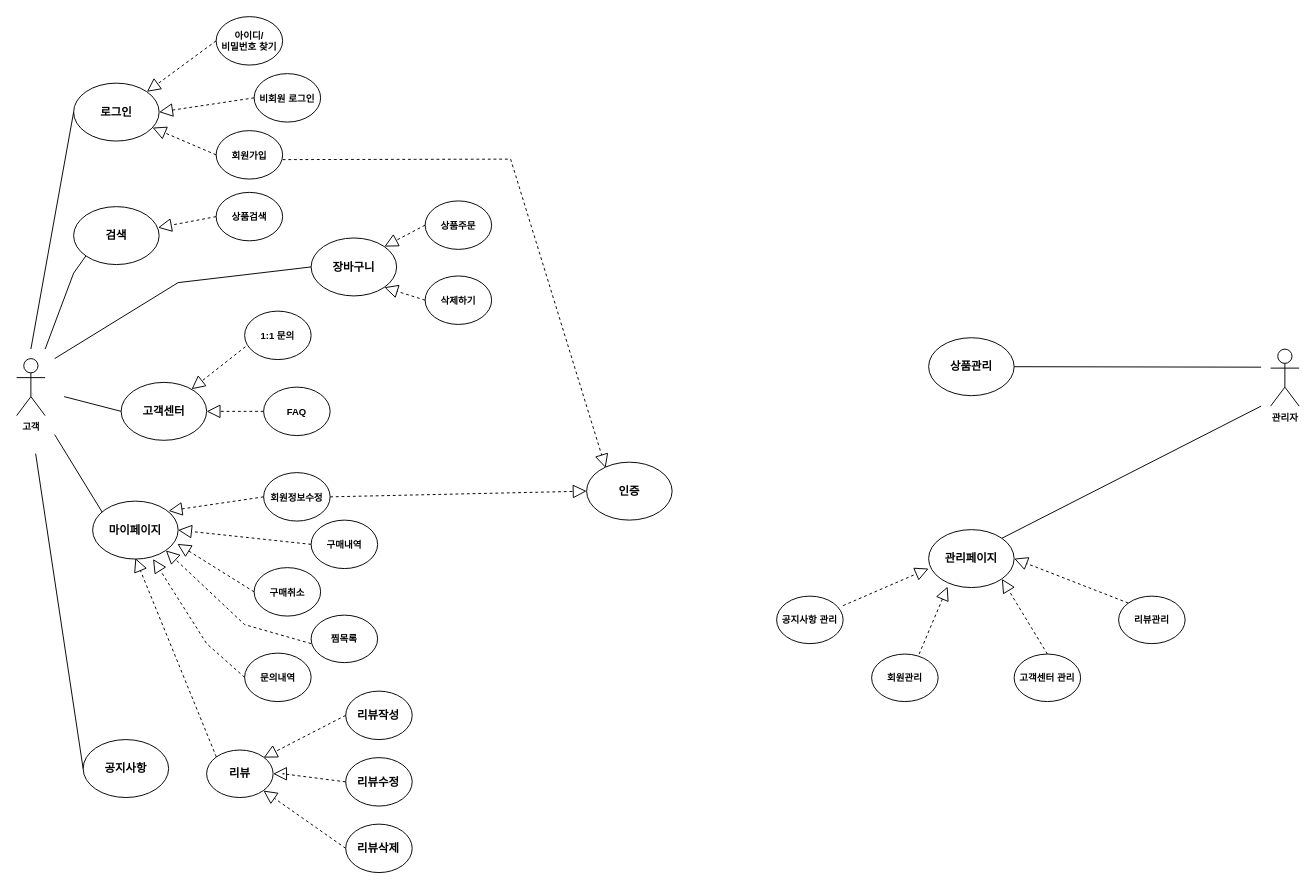
Above: Untitled Diagram.drawio in rubyneko/web1 (draw.io), before the change. Source tidied: cells renumbered, new cells numbered last; positions are measured from the earlier drawing's top-left corner, leaving out a move shared by most shapes. Both pictures are drawn from the tidied source at 95%, with x=0, y=0 at pixel (16, 16).
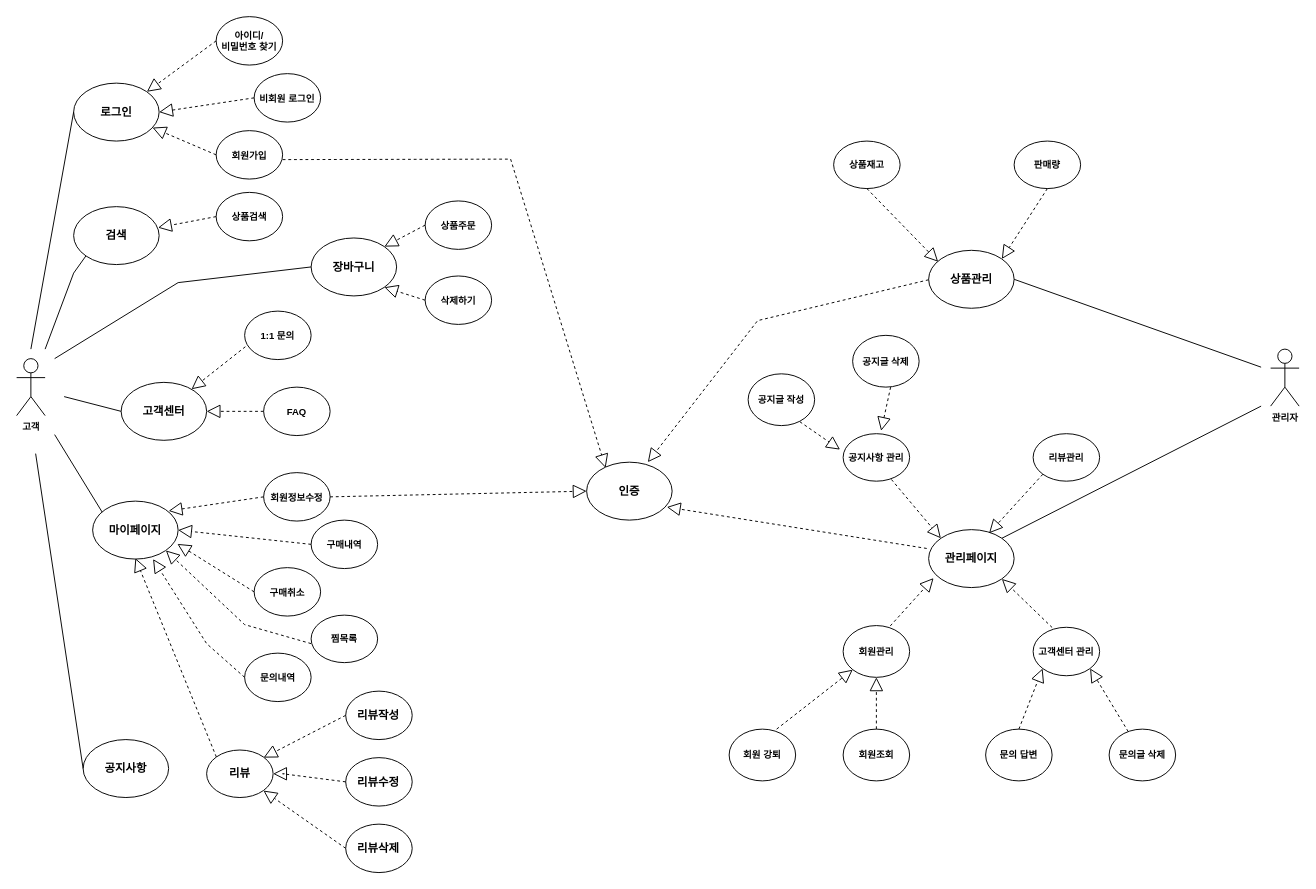
Above is the later version.

The change refers to these unchanged cells:
```xml
<mxCell id="51" value="인증" style="ellipse;whiteSpace=wrap;html=1;fontStyle=1;" parent="1" vertex="1">
  <mxGeometry x="600" y="469" width="90" height="61" as="geometry" />
</mxCell>
<mxCell id="55" value="관리페이지" style="ellipse;whiteSpace=wrap;html=1;fontStyle=1;" parent="1" vertex="1">
  <mxGeometry x="960" y="540" width="90" height="61" as="geometry" />
</mxCell>
```

Diff of the diagram source:
```diff
@@
     <mxCell id="56" value="상품관리" style="ellipse;whiteSpace=wrap;html=1;fontStyle=1;" parent="1" vertex="1">
-      <mxGeometry x="960" y="338" width="90" height="61" as="geometry" />
+      <mxGeometry x="960" y="246" width="90" height="61" as="geometry" />
     </mxCell>
     <mxCell id="57" value="리뷰관리" style="ellipse;whiteSpace=wrap;html=1;fontStyle=1;fontSize=10;" parent="1" vertex="1">
-      <mxGeometry x="1160" y="610" width="70" height="50" as="geometry" />
+      <mxGeometry x="1070" y="439" width="70" height="50" as="geometry" />
     </mxCell>
     <mxCell id="58" value="고객센터 관리" style="ellipse;whiteSpace=wrap;html=1;fontStyle=1;fontSize=10;" parent="1" vertex="1">
-      <mxGeometry x="1050" y="671" width="70" height="50" as="geometry" />
+      <mxGeometry x="1070" y="642.8" width="70" height="51" as="geometry" />
     </mxCell>
     <mxCell id="59" value="회원관리" style="ellipse;whiteSpace=wrap;html=1;fontStyle=1;fontSize=10;" parent="1" vertex="1">
-      <mxGeometry x="900" y="671" width="70" height="50" as="geometry" />
+      <mxGeometry x="870" y="641" width="70" height="54.5" as="geometry" />
     </mxCell>
     <mxCell id="60" value="공지사항 관리" style="ellipse;whiteSpace=wrap;html=1;fontStyle=1;fontSize=10;" parent="1" vertex="1">
-      <mxGeometry x="800" y="610" width="70" height="50" as="geometry" />
+      <mxGeometry x="870" y="439" width="70" height="50" as="geometry" />
     </mxCell>
-    <mxCell id="61" style="endArrow=block;dashed=1;endFill=0;endSize=12;html=1;rounded=0;entryX=0.013;entryY=0.706;entryDx=0;entryDy=0;entryPerimeter=0;" parent="1" edge="1">
-      <mxGeometry relative="1" as="geometry">
-        <mxPoint x="870" y="620" as="sourcePoint" />
-        <mxPoint x="960" y="581" as="targetPoint" />
-      </mxGeometry>
+    <mxCell id="61" style="endArrow=block;dashed=1;endFill=0;endSize=12;html=1;rounded=0;entryX=0;entryY=0;entryDx=0;entryDy=0;exitX=0.726;exitY=0.964;exitDx=0;exitDy=0;exitPerimeter=0;" parent="1" edge="1" source="60" target="55">
+      <mxGeometry relative="1" as="geometry" />
     </mxCell>
-    <mxCell id="62" style="endArrow=block;dashed=1;endFill=0;endSize=12;html=1;rounded=0;" parent="1" edge="1">
-      <mxGeometry relative="1" as="geometry">
-        <mxPoint x="950" y="671" as="sourcePoint" />
-        <mxPoint x="980" y="600" as="targetPoint" />
-      </mxGeometry>
+    <mxCell id="62" style="endArrow=block;dashed=1;endFill=0;endSize=12;html=1;rounded=0;entryX=0.058;entryY=0.836;entryDx=0;entryDy=0;entryPerimeter=0;exitX=0.709;exitY=0.007;exitDx=0;exitDy=0;exitPerimeter=0;" parent="1" edge="1" source="59" target="55">
+      <mxGeometry relative="1" as="geometry" />
     </mxCell>
-    <mxCell id="63" style="endArrow=block;dashed=1;endFill=0;endSize=12;html=1;rounded=0;entryX=1;entryY=1;entryDx=0;entryDy=0;exitX=0.5;exitY=0;exitDx=0;exitDy=0;" parent="1" edge="1" source="58" target="55">
+    <mxCell id="63" style="endArrow=block;dashed=1;endFill=0;endSize=12;html=1;rounded=0;entryX=1;entryY=1;entryDx=0;entryDy=0;exitX=0.286;exitY=0.005;exitDx=0;exitDy=0;exitPerimeter=0;" parent="1" edge="1" source="58" target="55">
       <mxGeometry relative="1" as="geometry" />
     </mxCell>
-    <mxCell id="64" style="endArrow=block;dashed=1;endFill=0;endSize=12;html=1;rounded=0;entryX=1;entryY=0.5;entryDx=0;entryDy=0;exitX=0;exitY=0;exitDx=0;exitDy=0;" parent="1" edge="1" source="57" target="55">
+    <mxCell id="64" style="endArrow=block;dashed=1;endFill=0;endSize=12;html=1;rounded=0;entryX=0.707;entryY=0.062;entryDx=0;entryDy=0;exitX=0;exitY=1;exitDx=0;exitDy=0;entryPerimeter=0;" parent="1" edge="1" source="57" target="55">
       <mxGeometry relative="1" as="geometry" />
     </mxCell>
@@
+    <mxCell id="67" value="판매량" style="ellipse;whiteSpace=wrap;html=1;fontStyle=1;fontSize=10;" parent="1" vertex="1">
+      <mxGeometry x="1050" y="131" width="70" height="50" as="geometry" />
+    </mxCell>
+    <mxCell id="68" value="상품재고" style="ellipse;whiteSpace=wrap;html=1;fontStyle=1;fontSize=10;" parent="1" vertex="1">
+      <mxGeometry x="860" y="131" width="70" height="50" as="geometry" />
+    </mxCell>
+    <mxCell id="69" style="endArrow=block;dashed=1;endFill=0;endSize=12;html=1;rounded=0;exitX=-0.022;exitY=0.325;exitDx=0;exitDy=0;exitPerimeter=0;entryX=0.938;entryY=0.774;entryDx=0;entryDy=0;entryPerimeter=0;" parent="1" edge="1" source="55" target="51">
+      <mxGeometry relative="1" as="geometry" />
+    </mxCell>
+    <mxCell id="70" style="endArrow=block;dashed=1;endFill=0;endSize=12;html=1;rounded=0;entryX=1;entryY=0;entryDx=0;entryDy=0;exitX=0.5;exitY=1;exitDx=0;exitDy=0;" parent="1" edge="1" source="67" target="56">
+      <mxGeometry relative="1" as="geometry" />
+    </mxCell>
+    <mxCell id="71" style="endArrow=block;dashed=1;endFill=0;endSize=12;html=1;rounded=0;entryX=1;entryY=0;entryDx=0;entryDy=0;exitX=0.5;exitY=1;exitDx=0;exitDy=0;" parent="1" edge="1" source="68">
+      <mxGeometry relative="1" as="geometry">
+        <mxPoint x="970" y="258" as="targetPoint" />
+      </mxGeometry>
+    </mxCell>
+    <mxCell id="72" style="endArrow=block;dashed=1;endFill=0;endSize=12;html=1;rounded=0;entryX=0.716;entryY=0;entryDx=0;entryDy=0;entryPerimeter=0;" parent="1" edge="1" target="51">
+      <mxGeometry relative="1" as="geometry">
+        <mxPoint x="960" y="277" as="sourcePoint" />
+        <Array as="points">
+          <mxPoint x="780" y="320" />
+        </Array>
+      </mxGeometry>
+    </mxCell>
+    <mxCell id="73" value="회원조회" style="ellipse;whiteSpace=wrap;html=1;fontStyle=1;fontSize=10;" parent="1" vertex="1">
+      <mxGeometry x="870" y="750" width="70" height="54.5" as="geometry" />
+    </mxCell>
+    <mxCell id="74" style="endArrow=block;dashed=1;endFill=0;endSize=12;html=1;rounded=0;entryX=0.5;entryY=1;entryDx=0;entryDy=0;exitX=0.5;exitY=0;exitDx=0;exitDy=0;" parent="1" edge="1" source="73" target="59">
+      <mxGeometry relative="1" as="geometry" />
+    </mxCell>
+    <mxCell id="75" style="endArrow=block;dashed=1;endFill=0;endSize=12;html=1;rounded=0;entryX=0;entryY=1;entryDx=0;entryDy=0;exitX=0.5;exitY=0;exitDx=0;exitDy=0;" parent="1" edge="1" source="76" target="58">
+      <mxGeometry relative="1" as="geometry" />
+    </mxCell>
+    <mxCell id="76" value="문의 답변" style="ellipse;whiteSpace=wrap;html=1;fontStyle=1;fontSize=10;" parent="1" vertex="1">
+      <mxGeometry x="1020" y="750" width="70" height="54.5" as="geometry" />
+    </mxCell>
+    <mxCell id="77" value="문의글 삭제" style="ellipse;whiteSpace=wrap;html=1;fontStyle=1;fontSize=10;" parent="1" vertex="1">
+      <mxGeometry x="1150" y="750" width="70" height="54.5" as="geometry" />
+    </mxCell>
+    <mxCell id="78" style="endArrow=block;dashed=1;endFill=0;endSize=12;html=1;rounded=0;entryX=1;entryY=1;entryDx=0;entryDy=0;" parent="1" edge="1" source="77" target="58">
+      <mxGeometry relative="1" as="geometry" />
+    </mxCell>
+    <mxCell id="79" value="회원 강퇴" style="ellipse;whiteSpace=wrap;html=1;fontStyle=1;fontSize=10;" parent="1" vertex="1">
+      <mxGeometry x="750" y="750" width="70" height="54.5" as="geometry" />
+    </mxCell>
+    <mxCell id="80" style="endArrow=block;dashed=1;endFill=0;endSize=12;html=1;rounded=0;exitX=0.709;exitY=0.007;exitDx=0;exitDy=0;exitPerimeter=0;" parent="1" edge="1" target="59">
+      <mxGeometry relative="1" as="geometry">
+        <mxPoint x="800" y="750" as="sourcePoint" />
+      </mxGeometry>
+    </mxCell>
+    <mxCell id="81" style="endArrow=block;dashed=1;endFill=0;endSize=12;html=1;rounded=0;entryX=-0.046;entryY=0.336;entryDx=0;entryDy=0;entryPerimeter=0;exitX=0.709;exitY=0.007;exitDx=0;exitDy=0;exitPerimeter=0;" parent="1" edge="1" target="60">
+      <mxGeometry relative="1" as="geometry">
+        <mxPoint x="824.4" y="426.4" as="sourcePoint" />
+      </mxGeometry>
+    </mxCell>
+    <mxCell id="82" value="공지글 삭제" style="ellipse;whiteSpace=wrap;html=1;fontStyle=1;fontSize=10;" parent="1" vertex="1">
+      <mxGeometry x="880" y="335.5" width="70" height="54.5" as="geometry" />
+    </mxCell>
+    <mxCell id="83" value="공지글 작성" style="ellipse;whiteSpace=wrap;html=1;fontStyle=1;fontSize=10;" parent="1" vertex="1">
+      <mxGeometry x="770" y="376" width="70" height="54.5" as="geometry" />
+    </mxCell>
+    <mxCell id="84" style="endArrow=block;dashed=1;endFill=0;endSize=12;html=1;rounded=0;" parent="1" edge="1">
+      <mxGeometry relative="1" as="geometry">
+        <mxPoint x="920" y="390" as="sourcePoint" />
+        <mxPoint x="910" y="436" as="targetPoint" />
+      </mxGeometry>
+    </mxCell>
```
